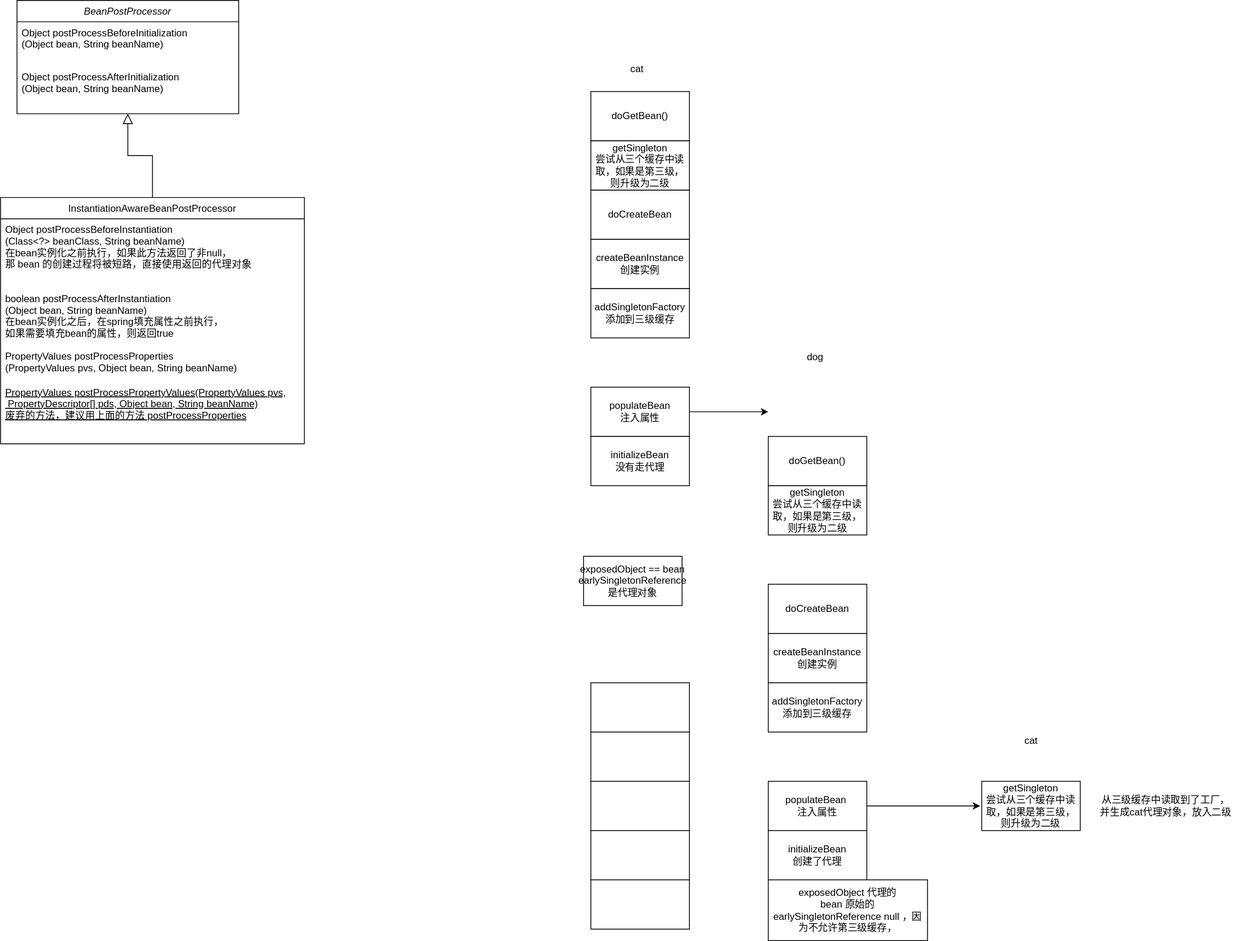
Above: spring.svg in peihuanhuan/draw.io (draw.io), before the change. Source tidied: cells renumbered, new cells last; positions are measured from the earlier drawing's top-left corner, leaving out a move shared by most shapes.
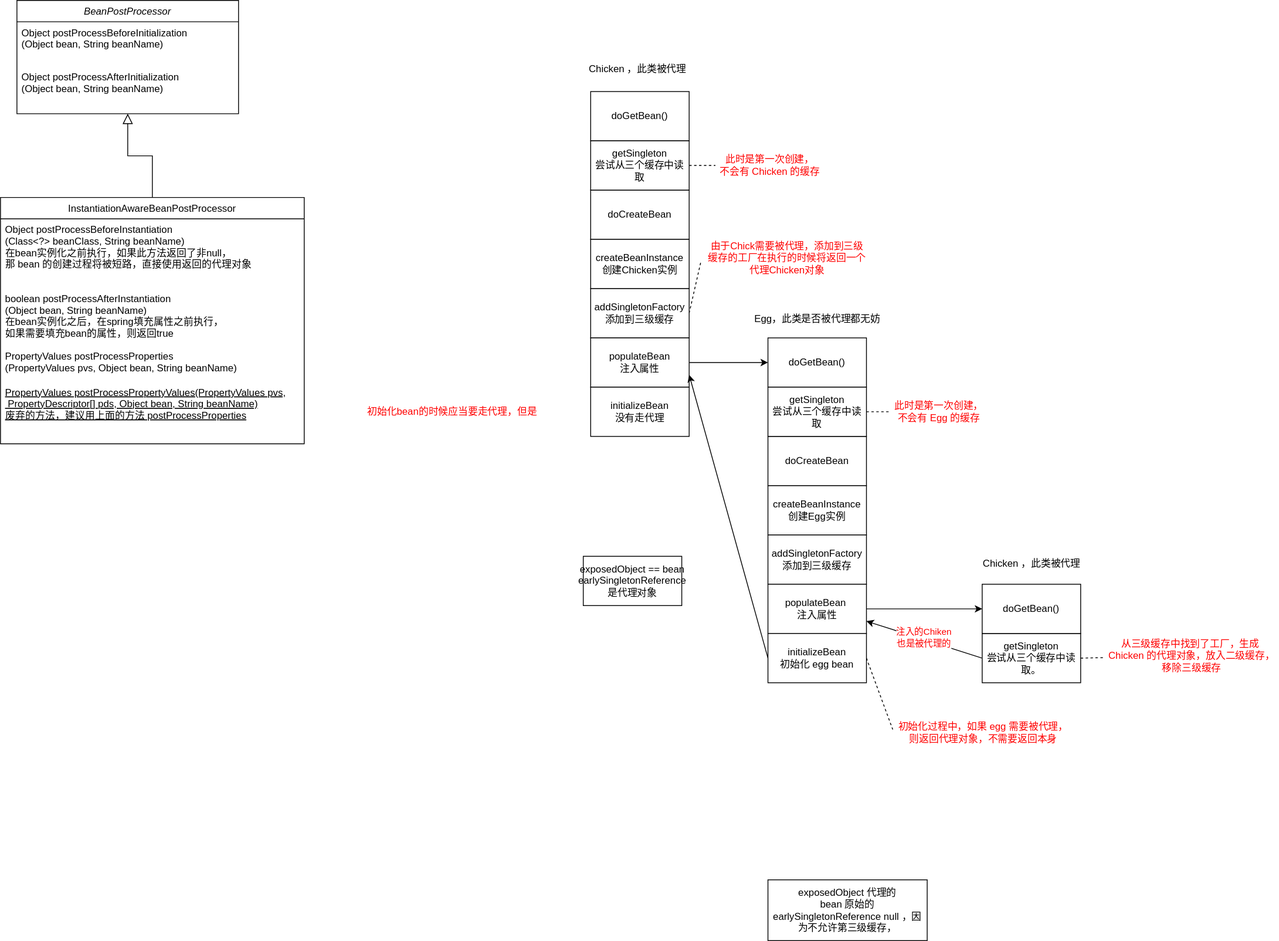
The same file after the commit.

What changed in the source:
```diff
@@ -35,87 +35,110 @@
     <mxCell id="12" value="doCreateBean" style="rounded=0;whiteSpace=wrap;html=1;" parent="1" vertex="1">
       <mxGeometry x="719" y="231" width="120" height="60" as="geometry" />
     </mxCell>
-    <mxCell id="13" value="createBeanInstance&lt;br&gt;创建实例" style="rounded=0;whiteSpace=wrap;html=1;" parent="1" vertex="1">
+    <mxCell id="13" value="createBeanInstance&lt;br&gt;创建&lt;span&gt;Chicken&lt;/span&gt;实例" style="rounded=0;whiteSpace=wrap;html=1;" parent="1" vertex="1">
       <mxGeometry x="719" y="291" width="120" height="60" as="geometry" />
     </mxCell>
+    <mxCell id="39" style="edgeStyle=none;rounded=0;jettySize=auto;html=1;exitX=1;exitY=0.5;exitDx=0;exitDy=0;entryX=-0.017;entryY=0.563;entryDx=0;entryDy=0;entryPerimeter=0;dashed=1;endArrow=none;endFill=0;fontColor=#FF0000;" parent="1" edge="1" source="14" target="54">
+      <mxGeometry relative="1" as="geometry" />
+    </mxCell>
     <mxCell id="14" value="addSingletonFactory&lt;br&gt;添加到三级缓存" style="rounded=0;whiteSpace=wrap;html=1;" parent="1" vertex="1">
       <mxGeometry x="719" y="351" width="120" height="60" as="geometry" />
     </mxCell>
-    <mxCell id="15" style="edgeStyle=orthogonalEdgeStyle;rounded=0;jettySize=auto;html=1;exitX=1;exitY=0.5;exitDx=0;exitDy=0;entryX=0;entryY=0.5;entryDx=0;entryDy=0;" parent="1" edge="1" source="16">
-      <mxGeometry relative="1" as="geometry">
-        <mxPoint x="935" y="501" as="targetPoint" />
-      </mxGeometry>
-    </mxCell>
+    <mxCell id="40" style="edgeStyle=orthogonalEdgeStyle;rounded=0;jettySize=auto;html=1;exitX=1;exitY=0.5;exitDx=0;exitDy=0;" parent="1" edge="1" source="16" target="25">
+      <mxGeometry relative="1" as="geometry" />
+    </mxCell>
     <mxCell id="16" value="&lt;span&gt;populateBean&lt;br&gt;注入属性&lt;br&gt;&lt;/span&gt;" style="rounded=0;whiteSpace=wrap;html=1;" parent="1" vertex="1">
-      <mxGeometry x="719" y="471" width="120" height="60" as="geometry" />
+      <mxGeometry x="719" y="411" width="120" height="60" as="geometry" />
     </mxCell>
     <mxCell id="17" value="&lt;span&gt;initializeBean&lt;br&gt;没有走代理&lt;br&gt;&lt;/span&gt;" style="rounded=0;whiteSpace=wrap;html=1;" parent="1" vertex="1">
-      <mxGeometry x="719" y="531" width="120" height="60" as="geometry" />
+      <mxGeometry x="719" y="471" width="120" height="60" as="geometry" />
     </mxCell>
     <mxCell id="18" value="exposedObject == bean&lt;br&gt;earlySingletonReference 是代理对象" style="rounded=0;whiteSpace=wrap;html=1;" parent="1" vertex="1">
       <mxGeometry x="710" y="677" width="120" height="60" as="geometry" />
     </mxCell>
-    <mxCell id="19" style="rounded=0;whiteSpace=wrap;html=1;" parent="1" vertex="1">
-      <mxGeometry x="719" y="831" width="120" height="60" as="geometry" />
-    </mxCell>
-    <mxCell id="20" style="rounded=0;whiteSpace=wrap;html=1;" parent="1" vertex="1">
-      <mxGeometry x="719" y="891" width="120" height="60" as="geometry" />
-    </mxCell>
-    <mxCell id="21" style="rounded=0;whiteSpace=wrap;html=1;" parent="1" vertex="1">
-      <mxGeometry x="719" y="951" width="120" height="60" as="geometry" />
-    </mxCell>
-    <mxCell id="22" style="rounded=0;whiteSpace=wrap;html=1;" parent="1" vertex="1">
-      <mxGeometry x="719" y="1011" width="120" height="60" as="geometry" />
-    </mxCell>
-    <mxCell id="23" style="rounded=0;whiteSpace=wrap;html=1;" parent="1" vertex="1">
-      <mxGeometry x="719" y="1071" width="120" height="60" as="geometry" />
-    </mxCell>
+    <mxCell id="41" style="edgeStyle=none;rounded=0;jettySize=auto;html=1;exitX=1;exitY=0.5;exitDx=0;exitDy=0;dashed=1;endArrow=none;endFill=0;fontColor=#FF0000;" parent="1" edge="1" source="24" target="52">
+      <mxGeometry relative="1" as="geometry" />
+    </mxCell>
-    <mxCell id="24" value="getSingleton&lt;br&gt;尝试从三个缓存中读取，如果是第三级，则升级为二级" style="rounded=0;whiteSpace=wrap;html=1;" parent="1" vertex="1">
+    <mxCell id="24" value="getSingleton&lt;br&gt;尝试从三个缓存中读取" style="rounded=0;whiteSpace=wrap;html=1;" parent="1" vertex="1">
       <mxGeometry x="719" y="171" width="120" height="60" as="geometry" />
     </mxCell>
     <mxCell id="25" value="doGetBean()" style="rounded=0;whiteSpace=wrap;html=1;" parent="1" vertex="1">
-      <mxGeometry x="935" y="531" width="120" height="60" as="geometry" />
+      <mxGeometry x="935" y="411" width="120" height="60" as="geometry" />
     </mxCell>
     <mxCell id="26" value="doCreateBean" style="rounded=0;whiteSpace=wrap;html=1;" parent="1" vertex="1">
-      <mxGeometry x="935" y="711" width="120" height="60" as="geometry" />
+      <mxGeometry x="935" y="531" width="120" height="60" as="geometry" />
     </mxCell>
-    <mxCell id="27" value="createBeanInstance&lt;br&gt;创建实例" style="rounded=0;whiteSpace=wrap;html=1;" parent="1" vertex="1">
-      <mxGeometry x="935" y="771" width="120" height="60" as="geometry" />
+    <mxCell id="27" value="createBeanInstance&lt;br&gt;创建Egg实例" style="rounded=0;whiteSpace=wrap;html=1;" parent="1" vertex="1">
+      <mxGeometry x="935" y="591" width="120" height="60" as="geometry" />
     </mxCell>
     <mxCell id="28" value="addSingletonFactory&lt;br&gt;添加到三级缓存" style="rounded=0;whiteSpace=wrap;html=1;" parent="1" vertex="1">
-      <mxGeometry x="935" y="831" width="120" height="60" as="geometry" />
+      <mxGeometry x="935" y="651" width="120" height="60" as="geometry" />
     </mxCell>
-    <mxCell id="29" style="edgeStyle=orthogonalEdgeStyle;rounded=0;jettySize=auto;html=1;entryX=0;entryY=0.5;entryDx=0;entryDy=0;" parent="1" edge="1" source="30">
-      <mxGeometry relative="1" as="geometry">
-        <mxPoint x="1193" y="981" as="targetPoint" />
-      </mxGeometry>
-    </mxCell>
+    <mxCell id="42" style="edgeStyle=orthogonalEdgeStyle;rounded=0;jettySize=auto;html=1;exitX=1;exitY=0.5;exitDx=0;exitDy=0;entryX=0;entryY=0.5;entryDx=0;entryDy=0;fontColor=#FF0000;" parent="1" edge="1" source="30" target="51">
+      <mxGeometry relative="1" as="geometry" />
+    </mxCell>
     <mxCell id="30" value="&lt;span&gt;populateBean&amp;nbsp;&lt;br&gt;&lt;/span&gt;注入属性&lt;span&gt;&lt;br&gt;&lt;/span&gt;" style="rounded=0;whiteSpace=wrap;html=1;" parent="1" vertex="1">
-      <mxGeometry x="935" y="951" width="120" height="60" as="geometry" />
+      <mxGeometry x="935" y="711" width="120" height="60" as="geometry" />
     </mxCell>
+    <mxCell id="43" style="edgeStyle=none;rounded=0;jettySize=auto;html=1;exitX=0;exitY=0.5;exitDx=0;exitDy=0;entryX=1;entryY=0.75;entryDx=0;entryDy=0;fontColor=#FF0000;" parent="1" edge="1" source="31" target="16">
+      <mxGeometry relative="1" as="geometry" />
+    </mxCell>
+    <mxCell id="44" style="edgeStyle=none;rounded=0;jettySize=auto;html=1;exitX=1;exitY=0.5;exitDx=0;exitDy=0;entryX=-0.009;entryY=0.375;entryDx=0;entryDy=0;entryPerimeter=0;dashed=1;endArrow=none;endFill=0;fontColor=#FF0000;" parent="1" edge="1" source="31" target="50">
+      <mxGeometry relative="1" as="geometry" />
+    </mxCell>
-    <mxCell id="31" value="&lt;span&gt;initializeBean&lt;br&gt;创建了代理&lt;br&gt;&lt;/span&gt;" style="rounded=0;whiteSpace=wrap;html=1;" parent="1" vertex="1">
-      <mxGeometry x="935" y="1011" width="120" height="60" as="geometry" />
+    <mxCell id="31" value="&lt;span&gt;initializeBean&lt;br&gt;初始化 egg bean&lt;br&gt;&lt;/span&gt;" style="rounded=0;whiteSpace=wrap;html=1;" parent="1" vertex="1">
+      <mxGeometry x="935" y="771" width="120" height="60" as="geometry" />
     </mxCell>
     <mxCell id="32" value="exposedObject 代理的&lt;br&gt;bean 原始的&lt;br&gt;earlySingletonReference null ，因为不允许第三级缓存，" style="rounded=0;whiteSpace=wrap;html=1;" parent="1" vertex="1">
       <mxGeometry x="935" y="1071" width="194" height="74" as="geometry" />
     </mxCell>
+    <mxCell id="45" style="edgeStyle=none;rounded=0;jettySize=auto;html=1;exitX=1;exitY=0.5;exitDx=0;exitDy=0;fontColor=#FF0000;dashed=1;endArrow=none;endFill=0;" parent="1" edge="1" source="33" target="53">
+      <mxGeometry relative="1" as="geometry" />
+    </mxCell>
-    <mxCell id="33" value="getSingleton&lt;br&gt;尝试从三个缓存中读取，如果是第三级，则升级为二级" style="rounded=0;whiteSpace=wrap;html=1;" parent="1" vertex="1">
-      <mxGeometry x="935" y="591" width="120" height="60" as="geometry" />
+    <mxCell id="33" value="getSingleton&lt;br&gt;尝试从三个缓存中读取" style="rounded=0;whiteSpace=wrap;html=1;" parent="1" vertex="1">
+      <mxGeometry x="935" y="471" width="120" height="60" as="geometry" />
     </mxCell>
-    <mxCell id="34" value="cat" style="text;html=1;align=center;verticalAlign=middle;" parent="1" vertex="1">
-      <mxGeometry x="762" y="75" width="26" height="18" as="geometry" />
+    <mxCell id="34" value="Chicken ，此类被代理" style="text;html=1;align=center;verticalAlign=middle;" parent="1" vertex="1">
+      <mxGeometry x="711" y="75" width="129" height="18" as="geometry" />
     </mxCell>
-    <mxCell id="35" value="dog" style="text;html=1;align=center;verticalAlign=middle;" parent="1" vertex="1">
-      <mxGeometry x="977" y="426" width="30" height="18" as="geometry" />
+    <mxCell id="35" value="Egg，此类是否被代理都无妨" style="text;html=1;align=center;verticalAlign=middle;" parent="1" vertex="1">
+      <mxGeometry x="913.5" y="379" width="163" height="18" as="geometry" />
     </mxCell>
-    <mxCell id="36" value="cat" style="text;html=1;align=center;verticalAlign=middle;" parent="1" vertex="1">
-      <mxGeometry x="1242" y="893" width="26" height="18" as="geometry" />
-    </mxCell>
+    <mxCell id="46" style="rounded=0;jettySize=auto;html=1;exitX=0;exitY=0.5;exitDx=0;exitDy=0;entryX=1;entryY=0.75;entryDx=0;entryDy=0;fontColor=#FF0000;" parent="1" edge="1" source="37" target="30">
+      <mxGeometry relative="1" as="geometry" />
+    </mxCell>
+    <mxCell id="47" value="注入的Chiken&lt;br&gt;也是被代理的" style="edgeLabel;html=1;align=center;verticalAlign=middle;fontColor=#FF0000;" parent="46" vertex="1">
+      <mxGeometry x="0.03" y="-2" relative="1" as="geometry" />
+    </mxCell>
+    <mxCell id="48" style="edgeStyle=none;rounded=0;jettySize=auto;html=1;exitX=1;exitY=0.5;exitDx=0;exitDy=0;dashed=1;endArrow=none;endFill=0;fontColor=#FF0000;" parent="1" edge="1" source="37" target="38">
+      <mxGeometry relative="1" as="geometry" />
+    </mxCell>
-    <mxCell id="37" value="getSingleton&lt;br&gt;尝试从三个缓存中读取，如果是第三级，则升级为二级" style="rounded=0;whiteSpace=wrap;html=1;" parent="1" vertex="1">
-      <mxGeometry x="1195" y="951" width="120" height="60" as="geometry" />
+    <mxCell id="37" value="getSingleton&lt;br&gt;尝试从三个缓存中读取。" style="rounded=0;whiteSpace=wrap;html=1;" parent="1" vertex="1">
+      <mxGeometry x="1196" y="771" width="120" height="60" as="geometry" />
     </mxCell>
-    <mxCell id="38" value="&lt;div&gt;&lt;span&gt;从三级缓存中读取到了工厂，&lt;/span&gt;&lt;/div&gt;&lt;div&gt;&lt;span&gt;并生成cat代理对象，放入二级&lt;/span&gt;&lt;br&gt;&lt;/div&gt;" style="text;html=1;align=center;verticalAlign=middle;points=[];" parent="1" vertex="1">
-      <mxGeometry x="1334" y="965" width="170" height="32" as="geometry" />
+    <mxCell id="38" value="&lt;div&gt;&lt;span&gt;&lt;font&gt;从三级缓存中找到了工厂，&lt;/font&gt;&lt;/span&gt;&lt;span&gt;生成&amp;nbsp;&lt;/span&gt;&lt;/div&gt;&lt;span&gt;Chicken 的&lt;/span&gt;&lt;span&gt;代理对象，放入二级缓存，&lt;br&gt;&lt;/span&gt;&lt;span&gt;移除三级缓存&lt;br&gt;&lt;/span&gt;" style="text;html=1;align=center;verticalAlign=middle;points=[];fontColor=#FF0000;" parent="1" vertex="1">
+      <mxGeometry x="1344" y="775" width="213" height="46" as="geometry" />
     </mxCell>
+    <mxCell id="49" value="&lt;span style=&quot;color: rgb(0 , 0 , 0)&quot;&gt;Chicken ，此类被代理&lt;/span&gt;" style="text;html=1;align=center;verticalAlign=middle;fontColor=#FF0000;" parent="1" vertex="1">
+      <mxGeometry x="1191.5" y="677" width="129" height="18" as="geometry" />
+    </mxCell>
+    <mxCell id="50" value="&lt;div&gt;&lt;/div&gt;&lt;span&gt;初始化过程中，如果 egg 需要被代理，&lt;br&gt;则返回代理对象，不需要返回本身&lt;br&gt;&lt;/span&gt;" style="text;html=1;align=center;verticalAlign=middle;points=[];fontColor=#FF0000;" parent="1" vertex="1">
+      <mxGeometry x="1089" y="876" width="217" height="32" as="geometry" />
+    </mxCell>
+    <mxCell id="51" value="doGetBean()" style="rounded=0;whiteSpace=wrap;html=1;" parent="1" vertex="1">
+      <mxGeometry x="1196" y="711" width="120" height="60" as="geometry" />
+    </mxCell>
+    <mxCell id="52" value="此时是第一次创建，&lt;br&gt;不会有 Chicken 的缓存" style="text;html=1;align=center;verticalAlign=middle;points=[];fontColor=#FF0000;" parent="1" vertex="1">
+      <mxGeometry x="871" y="185" width="132" height="32" as="geometry" />
+    </mxCell>
+    <mxCell id="53" value="此时是第一次创建，&lt;br&gt;不会有 Egg 的缓存" style="text;html=1;align=center;verticalAlign=middle;points=[];fontColor=#FF0000;" parent="1" vertex="1">
+      <mxGeometry x="1084" y="485" width="118" height="32" as="geometry" />
+    </mxCell>
+    <mxCell id="54" value="由于Chick需要被代理，添加到三级&lt;br&gt;缓存的工厂在执行的时候将返回一个&lt;br&gt;代理Chicken对象" style="text;html=1;align=center;verticalAlign=middle;points=[];fontColor=#FF0000;" parent="1" vertex="1">
+      <mxGeometry x="857" y="291" width="202" height="46" as="geometry" />
+    </mxCell>
+    <mxCell id="55" value="初始化bean的时候应当要走代理，但是" style="text;html=1;align=center;verticalAlign=middle;fontColor=#FF0000;" parent="1" vertex="1">
+      <mxGeometry x="441" y="492" width="217" height="18" as="geometry" />
+    </mxCell>
   </root>
 </mxGraphModel>
```
